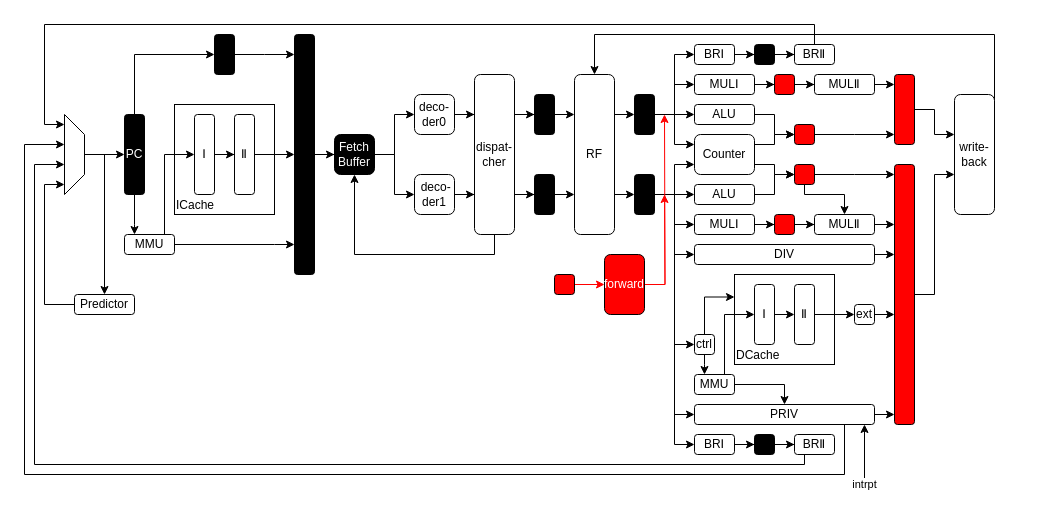
Above: 未命名绘图4.drawio in caochenrui/Draw.io (draw.io), before the change. Source tidied: cells renumbered, new cells numbered last; positions are measured from the earlier drawing's top-left corner, leaving out a move shared by most shapes. Both pictures are drawn from the tidied source at 100%, with x=0, y=0 at pixel (24, 24).
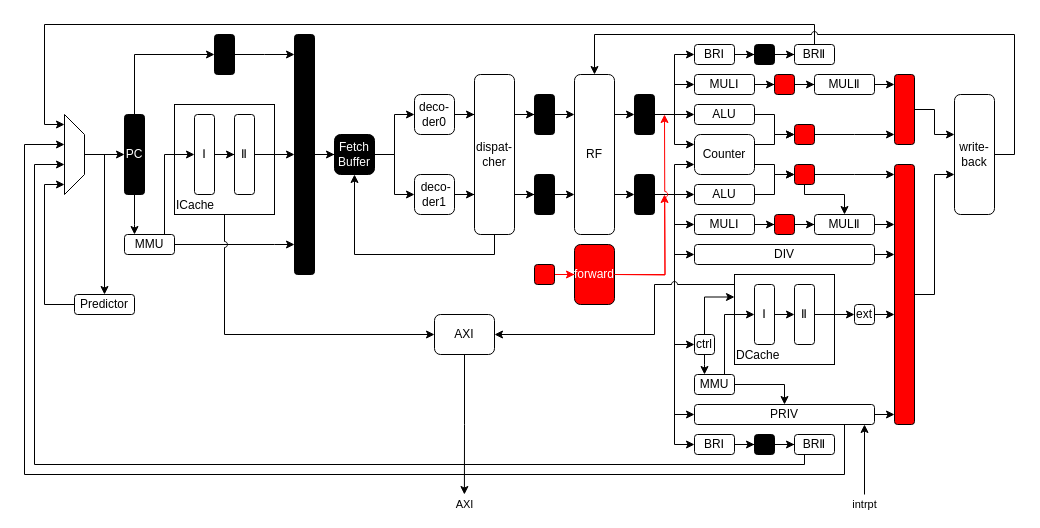
The same page after the edit.

Commit message (it also covers changes not shown here):
更新未命名绘图4.drawio

The change refers to these unchanged cells:
```xml
<mxCell id="5" value="ICache" style="rounded=0;whiteSpace=wrap;html=1;fillColor=none;fontColor=default;labelBackgroundColor=none;labelPosition=center;verticalLabelPosition=middle;align=left;verticalAlign=bottom;" parent="1" vertex="1">
  <mxGeometry x="150" y="80" width="100" height="110" as="geometry" />
</mxCell>
<mxCell id="11" style="whiteSpace=wrap;html=1;fillColor=#000000;fontColor=default;rounded=1;" parent="1" vertex="1">
  <mxGeometry x="270" y="10" width="20" height="240" as="geometry" />
</mxCell>
<mxCell id="29" value="RF" style="rounded=1;whiteSpace=wrap;html=1;" parent="1" vertex="1">
  <mxGeometry x="550" y="50" width="40" height="160" as="geometry" />
</mxCell>
<mxCell id="79" value="DCache" style="rounded=0;whiteSpace=wrap;html=1;labelPosition=center;verticalLabelPosition=middle;align=left;verticalAlign=bottom;fillColor=none;" parent="1" vertex="1">
  <mxGeometry x="710" y="250" width="100" height="90" as="geometry" />
</mxCell>
<mxCell id="92" value="MMU" style="rounded=1;whiteSpace=wrap;html=1;" parent="1" vertex="1">
  <mxGeometry x="100" y="210" width="50" height="20" as="geometry" />
</mxCell>
<mxCell id="98" value="write-&lt;br&gt;back" style="rounded=1;whiteSpace=wrap;html=1;" parent="1" vertex="1">
  <mxGeometry x="930" y="70" width="40" height="120" as="geometry" />
</mxCell>
```

Change to the diagram source:
```diff
@@
-    <mxCell id="91" style="edgeStyle=orthogonalEdgeStyle;rounded=0;jettySize=auto;html=1;exitX=1;exitY=0.5;exitDx=0;exitDy=0;" parent="1" edge="1" source="92" target="11">
+    <mxCell id="91" style="edgeStyle=orthogonalEdgeStyle;rounded=0;jettySize=auto;html=1;exitX=1;exitY=0.5;exitDx=0;exitDy=0;jumpStyle=none;" parent="1" edge="1" source="92" target="11">
       <mxGeometry relative="1" as="geometry">
         <Array as="points">
           <mxPoint x="250" y="220" />
           <mxPoint x="250" y="220" />
         </Array>
       </mxGeometry>
     </mxCell>
@@
+    <mxCell id="119" style="edgeStyle=orthogonalEdgeStyle;rounded=0;jettySize=auto;html=1;jumpStyle=arc;" parent="1" edge="1" source="79" target="121">
+      <mxGeometry relative="1" as="geometry">
+        <Array as="points">
+          <mxPoint x="630" y="260" />
+          <mxPoint x="630" y="310" />
+        </Array>
+      </mxGeometry>
+    </mxCell>
@@
-    <mxCell id="97" style="edgeStyle=orthogonalEdgeStyle;rounded=0;jettySize=auto;html=1;exitX=1;exitY=0.5;exitDx=0;exitDy=0;" parent="1" edge="1" source="98" target="29">
+    <mxCell id="97" style="edgeStyle=orthogonalEdgeStyle;rounded=0;jettySize=auto;html=1;exitX=1;exitY=0.5;exitDx=0;exitDy=0;jumpStyle=arc;" parent="1" edge="1" source="98" target="29">
       <mxGeometry relative="1" as="geometry">
         <Array as="points">
-          <mxPoint x="970" y="10" />
+          <mxPoint x="990" y="130" />
+          <mxPoint x="990" y="10" />
           <mxPoint x="570" y="10" />
         </Array>
       </mxGeometry>
     </mxCell>
@@
     <mxCell id="99" value="intrpt" style="endArrow=classic;html=1;rounded=0;" parent="1" edge="1">
-      <mxGeometry x="-1" relative="1" as="geometry">
-        <mxPoint x="840" y="460" as="sourcePoint" />
+      <mxGeometry x="-1" y="-10" relative="1" as="geometry">
+        <mxPoint x="840" y="470" as="sourcePoint" />
         <mxPoint x="840" y="400" as="targetPoint" />
+        <mxPoint x="-10" y="10" as="offset" />
       </mxGeometry>
     </mxCell>
@@
-    <mxCell id="114" style="edgeStyle=orthogonalEdgeStyle;rounded=0;jettySize=auto;html=1;exitX=1;exitY=0.5;exitDx=0;exitDy=0;strokeColor=#FF0000;" parent="1" edge="1" source="116">
+    <mxCell id="114" style="edgeStyle=orthogonalEdgeStyle;rounded=0;jettySize=auto;html=1;exitX=1;exitY=0.5;exitDx=0;exitDy=0;strokeColor=#FF0000;jumpStyle=arc;" parent="1" edge="1" source="116">
       <mxGeometry relative="1" as="geometry">
         <mxPoint x="640" y="170" as="targetPoint" />
       </mxGeometry>
     </mxCell>
-    <mxCell id="115" style="edgeStyle=orthogonalEdgeStyle;rounded=0;jettySize=auto;html=1;strokeColor=#FF0000;" parent="1" edge="1" source="116">
-      <mxGeometry relative="1" as="geometry">
-        <mxPoint x="640" y="90" as="targetPoint" />
-      </mxGeometry>
-    </mxCell>
     <mxCell id="116" value="forward" style="rounded=1;whiteSpace=wrap;html=1;strokeColor=#000000;fontColor=#FFFFFF;fillColor=#FF0000;" parent="1" vertex="1">
-      <mxGeometry x="580" y="230" width="40" height="60" as="geometry" />
+      <mxGeometry x="550" y="220" width="40" height="60" as="geometry" />
     </mxCell>
@@
     <mxCell id="118" style="rounded=1;whiteSpace=wrap;html=1;fillColor=#FF0000;" parent="1" vertex="1">
-      <mxGeometry x="530" y="250" width="20" height="20" as="geometry" />
+      <mxGeometry x="510" y="240" width="20" height="20" as="geometry" />
     </mxCell>
+    <mxCell id="120" value="AXI" style="edgeStyle=orthogonalEdgeStyle;rounded=0;jettySize=auto;html=1;exitX=0.5;exitY=1;exitDx=0;exitDy=0;" parent="1" edge="1" source="121">
+      <mxGeometry x="1" y="10" relative="1" as="geometry">
+        <mxPoint x="439.9" y="470" as="targetPoint" />
+        <mxPoint x="-10" y="10" as="offset" />
+      </mxGeometry>
+    </mxCell>
+    <mxCell id="121" value="AXI" style="rounded=1;whiteSpace=wrap;html=1;" parent="1" vertex="1">
+      <mxGeometry x="410" y="290" width="60" height="40" as="geometry" />
+    </mxCell>
+    <mxCell id="122" style="edgeStyle=orthogonalEdgeStyle;rounded=0;jettySize=auto;html=1;exitX=0.5;exitY=1;exitDx=0;exitDy=0;entryX=0;entryY=0.5;entryDx=0;entryDy=0;jumpStyle=arc;" parent="1" edge="1" source="5" target="121">
+      <mxGeometry relative="1" as="geometry" />
+    </mxCell>
+    <mxCell id="115" style="edgeStyle=orthogonalEdgeStyle;rounded=0;orthogonalLoop=1;jettySize=auto;html=1;strokeColor=#FF0000;jumpStyle=arc;" parent="1" edge="1">
+      <mxGeometry relative="1" as="geometry">
+        <mxPoint x="590" y="250" as="sourcePoint" />
+        <mxPoint x="640" y="90" as="targetPoint" />
+      </mxGeometry>
+    </mxCell>
```
